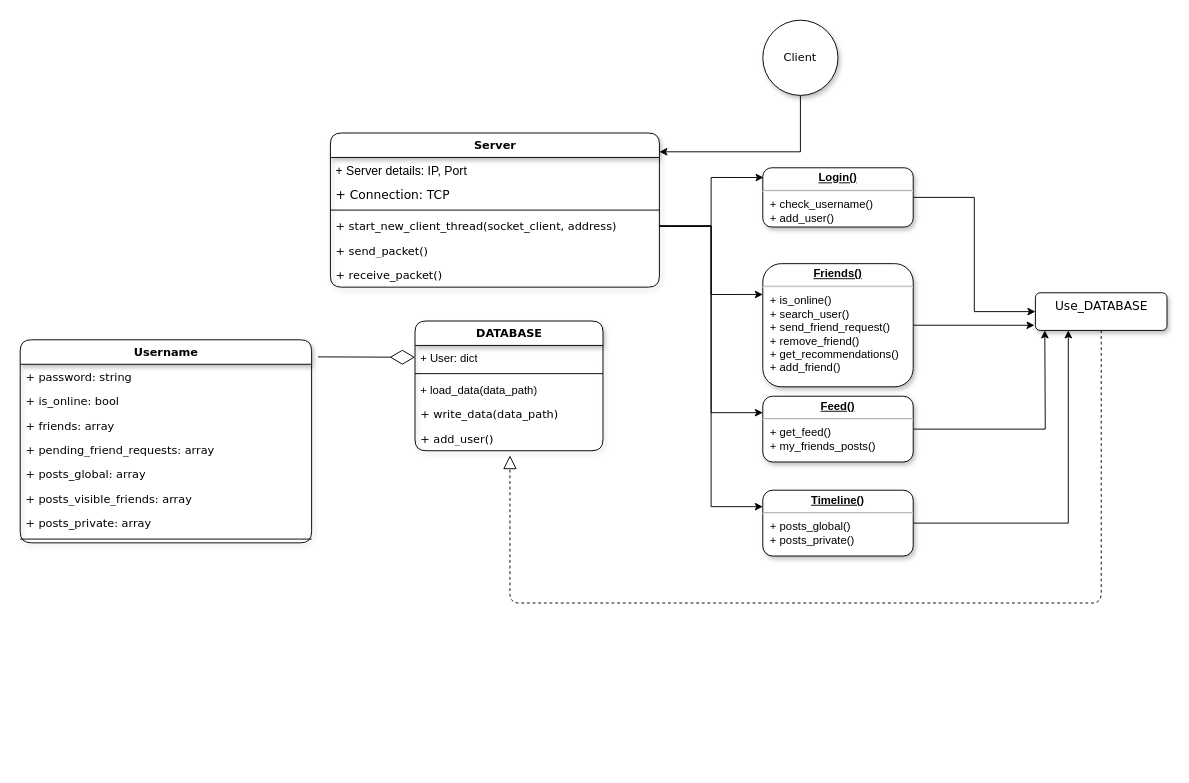
The draw.io diagram page "Class Diagram" (2 of 2) of Dezin.drawio in Harshp1802/mini-facebook, before the edit. Source tidied: cells renumbered, new cells numbered last; positions are measured from the earlier drawing's top-left corner, leaving out a move shared by most shapes. Both pictures are drawn from the tidied source at 94%, with x=0, y=0 at pixel (20, 20).
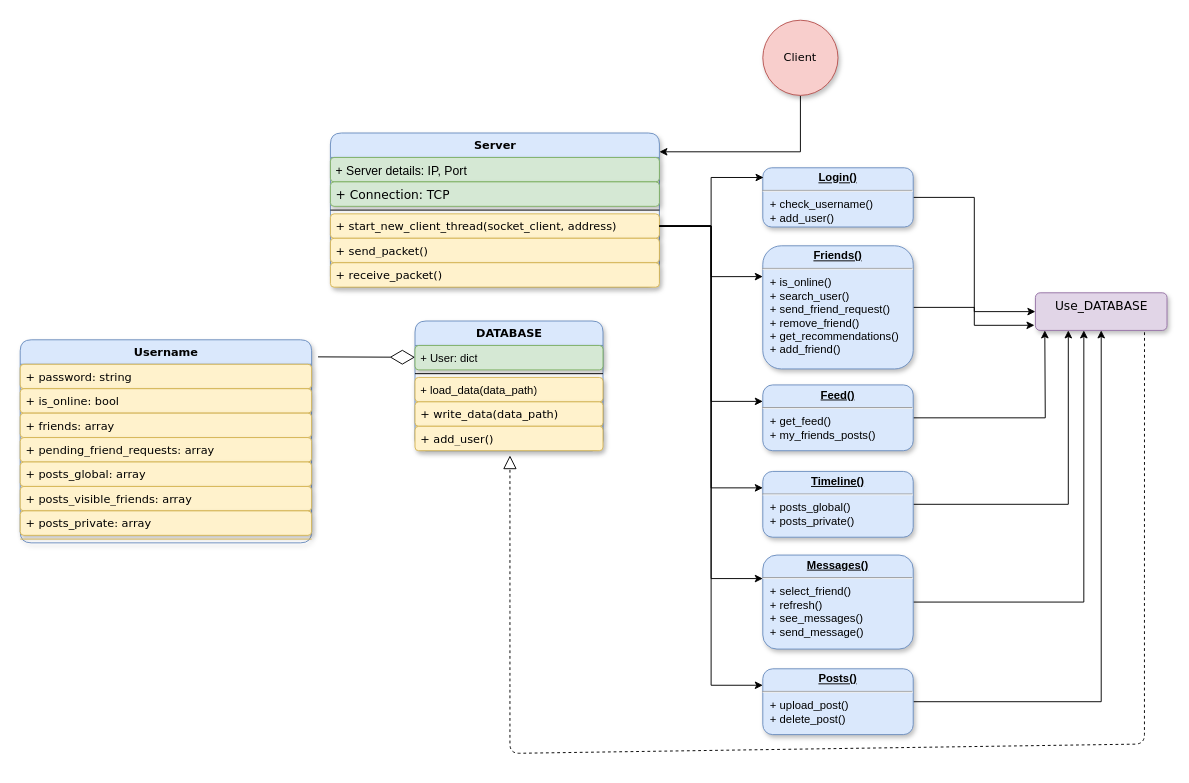
The same page after the edit.

The edit, as a diff of the source:
```diff
@@
-    <mxCell id="3" value="Client" style="ellipse;whiteSpace=wrap;html=1;rounded=1;shadow=1;strokeWidth=1;fontFamily=Verdana;" parent="1" vertex="1">
+    <mxCell id="3" value="Client" style="ellipse;whiteSpace=wrap;html=1;rounded=1;shadow=1;strokeWidth=1;fontFamily=Verdana;fillColor=#f8cecc;strokeColor=#b85450;" parent="1" vertex="1">
       <mxGeometry x="790" width="80" height="80" as="geometry" />
     </mxCell>
-    <mxCell id="4" value="Username" style="swimlane;fontStyle=1;align=center;verticalAlign=top;horizontal=1;startSize=26;rounded=1;shadow=1;strokeWidth=1;fontFamily=Verdana;html=1;" parent="1" vertex="1">
+    <mxCell id="4" value="Username" style="swimlane;fontStyle=1;align=center;verticalAlign=top;horizontal=1;startSize=26;rounded=1;shadow=1;strokeWidth=1;fontFamily=Verdana;html=1;fillColor=#dae8fc;strokeColor=#6c8ebf;" parent="1" vertex="1">
       <mxGeometry y="340" width="310" height="216" as="geometry" />
     </mxCell>
-    <mxCell id="5" value="+ password: string" style="text;strokeColor=none;fillColor=none;align=left;verticalAlign=top;spacingLeft=4;spacingRight=4;overflow=hidden;rounded=1;shadow=1;fontFamily=Verdana;html=1;" parent="4" vertex="1">
+    <mxCell id="5" value="+ password: string" style="text;strokeColor=#d6b656;fillColor=#fff2cc;align=left;verticalAlign=top;spacingLeft=4;spacingRight=4;overflow=hidden;rounded=1;shadow=1;fontFamily=Verdana;html=1;" parent="4" vertex="1">
       <mxGeometry y="26" width="310" height="26" as="geometry" />
     </mxCell>
-    <mxCell id="6" value="+ is_online: bool" style="text;strokeColor=none;fillColor=none;align=left;verticalAlign=top;spacingLeft=4;spacingRight=4;overflow=hidden;rounded=1;shadow=1;fontFamily=Verdana;html=1;" parent="4" vertex="1">
+    <mxCell id="6" value="+ is_online: bool" style="text;strokeColor=#d6b656;fillColor=#fff2cc;align=left;verticalAlign=top;spacingLeft=4;spacingRight=4;overflow=hidden;rounded=1;shadow=1;fontFamily=Verdana;html=1;" parent="4" vertex="1">
       <mxGeometry y="52" width="310" height="26" as="geometry" />
     </mxCell>
-    <mxCell id="7" value="+ friends: array" style="text;strokeColor=none;fillColor=none;align=left;verticalAlign=top;spacingLeft=4;spacingRight=4;overflow=hidden;rounded=1;shadow=1;fontFamily=Verdana;html=1;" parent="4" vertex="1">
+    <mxCell id="7" value="+ friends: array" style="text;strokeColor=#d6b656;fillColor=#fff2cc;align=left;verticalAlign=top;spacingLeft=4;spacingRight=4;overflow=hidden;rounded=1;shadow=1;fontFamily=Verdana;html=1;" parent="4" vertex="1">
       <mxGeometry y="78" width="310" height="26" as="geometry" />
     </mxCell>
-    <mxCell id="8" value="+ pending_friend_requests: array" style="text;strokeColor=none;fillColor=none;align=left;verticalAlign=top;spacingLeft=4;spacingRight=4;overflow=hidden;rounded=1;shadow=1;fontFamily=Verdana;html=1;" parent="4" vertex="1">
+    <mxCell id="8" value="+ pending_friend_requests: array" style="text;strokeColor=#d6b656;fillColor=#fff2cc;align=left;verticalAlign=top;spacingLeft=4;spacingRight=4;overflow=hidden;rounded=1;shadow=1;fontFamily=Verdana;html=1;" parent="4" vertex="1">
       <mxGeometry y="104" width="310" height="26" as="geometry" />
     </mxCell>
-    <mxCell id="9" value="+ posts_global: array" style="text;strokeColor=none;fillColor=none;align=left;verticalAlign=top;spacingLeft=4;spacingRight=4;overflow=hidden;rounded=1;shadow=1;fontFamily=Verdana;html=1;" parent="4" vertex="1">
+    <mxCell id="9" value="+ posts_global: array" style="text;strokeColor=#d6b656;fillColor=#fff2cc;align=left;verticalAlign=top;spacingLeft=4;spacingRight=4;overflow=hidden;rounded=1;shadow=1;fontFamily=Verdana;html=1;" parent="4" vertex="1">
       <mxGeometry y="130" width="310" height="26" as="geometry" />
     </mxCell>
-    <mxCell id="10" value="+ posts_visible_friends: array" style="text;strokeColor=none;fillColor=none;align=left;verticalAlign=top;spacingLeft=4;spacingRight=4;overflow=hidden;rounded=1;shadow=1;fontFamily=Verdana;html=1;" parent="4" vertex="1">
+    <mxCell id="10" value="+ posts_visible_friends: array" style="text;strokeColor=#d6b656;fillColor=#fff2cc;align=left;verticalAlign=top;spacingLeft=4;spacingRight=4;overflow=hidden;rounded=1;shadow=1;fontFamily=Verdana;html=1;" parent="4" vertex="1">
       <mxGeometry y="156" width="310" height="26" as="geometry" />
     </mxCell>
-    <mxCell id="11" value="+ posts_private: array" style="text;strokeColor=none;fillColor=none;align=left;verticalAlign=top;spacingLeft=4;spacingRight=4;overflow=hidden;rounded=1;shadow=1;fontFamily=Verdana;html=1;" parent="4" vertex="1">
+    <mxCell id="11" value="+ posts_private: array" style="text;strokeColor=#d6b656;fillColor=#fff2cc;align=left;verticalAlign=top;spacingLeft=4;spacingRight=4;overflow=hidden;rounded=1;shadow=1;fontFamily=Verdana;html=1;" parent="4" vertex="1">
       <mxGeometry y="182" width="310" height="26" as="geometry" />
     </mxCell>
-    <mxCell id="12" style="line;strokeWidth=1;fillColor=none;align=left;verticalAlign=middle;spacingTop=-1;spacingLeft=3;spacingRight=3;labelPosition=right;" parent="4" vertex="1">
+    <mxCell id="12" style="line;strokeWidth=1;fillColor=#fff2cc;align=left;verticalAlign=middle;spacingTop=-1;spacingLeft=3;spacingRight=3;labelPosition=right;strokeColor=#d6b656;" parent="4" vertex="1">
       <mxGeometry y="208" width="310" height="8" as="geometry" />
     </mxCell>
-    <mxCell id="13" value="DATABASE" style="swimlane;fontStyle=1;align=center;verticalAlign=top;horizontal=1;startSize=26;rounded=1;shadow=1;strokeWidth=1;fontFamily=Verdana;html=1;" parent="1" vertex="1">
+    <mxCell id="13" value="DATABASE" style="swimlane;fontStyle=1;align=center;verticalAlign=top;horizontal=1;startSize=26;rounded=1;shadow=1;strokeWidth=1;fontFamily=Verdana;html=1;fillColor=#dae8fc;strokeColor=#6c8ebf;" parent="1" vertex="1">
       <mxGeometry x="420" y="320" width="200" height="138" as="geometry" />
     </mxCell>
-    <mxCell id="14" value="&lt;span style=&quot;font-family: &amp;#34;helvetica&amp;#34;&quot;&gt;+ User: dict&lt;/span&gt;" style="text;strokeColor=none;fillColor=none;align=left;verticalAlign=top;spacingLeft=4;spacingRight=4;overflow=hidden;points=[[0,0.5],[1,0.5]];portConstraint=eastwest;rounded=1;shadow=1;fontFamily=Verdana;html=1;" parent="13" vertex="1">
+    <mxCell id="14" value="&lt;span style=&quot;font-family: &amp;#34;helvetica&amp;#34;&quot;&gt;+ User: dict&lt;/span&gt;" style="text;strokeColor=#82b366;fillColor=#d5e8d4;align=left;verticalAlign=top;spacingLeft=4;spacingRight=4;overflow=hidden;points=[[0,0.5],[1,0.5]];portConstraint=eastwest;rounded=1;shadow=1;fontFamily=Verdana;html=1;" parent="13" vertex="1">
       <mxGeometry y="26" width="200" height="26" as="geometry" />
     </mxCell>
@@
-    <mxCell id="16" value="&lt;span style=&quot;font-family: &amp;#34;helvetica&amp;#34;&quot;&gt;+ load_data(data_path)&lt;/span&gt;" style="text;strokeColor=none;fillColor=none;align=left;verticalAlign=top;spacingLeft=4;spacingRight=4;overflow=hidden;rounded=1;shadow=1;fontFamily=Verdana;html=1;" parent="13" vertex="1">
+    <mxCell id="16" value="&lt;span style=&quot;font-family: &amp;#34;helvetica&amp;#34;&quot;&gt;+ load_data(data_path)&lt;/span&gt;" style="text;strokeColor=#d6b656;fillColor=#fff2cc;align=left;verticalAlign=top;spacingLeft=4;spacingRight=4;overflow=hidden;rounded=1;shadow=1;fontFamily=Verdana;html=1;" parent="13" vertex="1">
       <mxGeometry y="60" width="200" height="26" as="geometry" />
     </mxCell>
-    <mxCell id="17" value="+ write_data(data_path)" style="text;strokeColor=none;fillColor=none;align=left;verticalAlign=top;spacingLeft=4;spacingRight=4;overflow=hidden;rounded=1;shadow=1;fontFamily=Verdana;html=1;" parent="13" vertex="1">
+    <mxCell id="17" value="+ write_data(data_path)" style="text;strokeColor=#d6b656;fillColor=#fff2cc;align=left;verticalAlign=top;spacingLeft=4;spacingRight=4;overflow=hidden;rounded=1;shadow=1;fontFamily=Verdana;html=1;" parent="13" vertex="1">
       <mxGeometry y="86" width="200" height="26" as="geometry" />
     </mxCell>
-    <mxCell id="18" value="+ add_user()" style="text;strokeColor=none;fillColor=none;align=left;verticalAlign=top;spacingLeft=4;spacingRight=4;overflow=hidden;rounded=1;shadow=1;fontFamily=Verdana;html=1;" parent="13" vertex="1">
+    <mxCell id="18" value="+ add_user()" style="text;strokeColor=#d6b656;fillColor=#fff2cc;align=left;verticalAlign=top;spacingLeft=4;spacingRight=4;overflow=hidden;rounded=1;shadow=1;fontFamily=Verdana;html=1;" parent="13" vertex="1">
       <mxGeometry y="112" width="200" height="26" as="geometry" />
     </mxCell>
@@
-    <mxCell id="20" value="Server" style="swimlane;fontStyle=1;align=center;verticalAlign=top;horizontal=1;startSize=26;rounded=1;shadow=1;strokeWidth=1;fontFamily=Verdana;html=1;arcSize=15;" parent="1" vertex="1">
+    <mxCell id="20" value="Server" style="swimlane;fontStyle=1;align=center;verticalAlign=top;horizontal=1;startSize=26;rounded=1;shadow=1;strokeWidth=1;fontFamily=Verdana;html=1;arcSize=15;fillColor=#dae8fc;strokeColor=#6c8ebf;" parent="1" vertex="1">
       <mxGeometry x="330" y="120" width="350" height="164" as="geometry" />
     </mxCell>
-    <mxCell id="21" value="&lt;span style=&quot;font-family: &amp;#34;helvetica&amp;#34; ; font-size: 13px&quot;&gt;+ Server details: IP, Port&lt;/span&gt;" style="text;strokeColor=none;fillColor=none;align=left;verticalAlign=top;spacingLeft=4;spacingRight=4;overflow=hidden;rounded=1;shadow=1;fontFamily=Verdana;fontSize=13;html=1;" parent="20" vertex="1">
+    <mxCell id="21" value="&lt;span style=&quot;font-family: &amp;#34;helvetica&amp;#34; ; font-size: 13px&quot;&gt;+ Server details: IP, Port&lt;/span&gt;" style="text;strokeColor=#82b366;fillColor=#d5e8d4;align=left;verticalAlign=top;spacingLeft=4;spacingRight=4;overflow=hidden;rounded=1;shadow=1;fontFamily=Verdana;fontSize=13;html=1;" parent="20" vertex="1">
       <mxGeometry y="26" width="350" height="26" as="geometry" />
     </mxCell>
-    <mxCell id="22" value="+ Connection: TCP" style="text;strokeColor=none;fillColor=none;align=left;verticalAlign=top;spacingLeft=4;spacingRight=4;overflow=hidden;rounded=1;shadow=1;fontFamily=Verdana;fontSize=13;html=1;" parent="20" vertex="1">
+    <mxCell id="22" value="+ Connection: TCP" style="text;strokeColor=#82b366;fillColor=#d5e8d4;align=left;verticalAlign=top;spacingLeft=4;spacingRight=4;overflow=hidden;rounded=1;shadow=1;fontFamily=Verdana;fontSize=13;html=1;" parent="20" vertex="1">
       <mxGeometry y="52" width="350" height="26" as="geometry" />
     </mxCell>
@@
-    <mxCell id="24" value="+ start_new_client_thread(socket_client, address)" style="text;strokeColor=none;fillColor=none;align=left;verticalAlign=top;spacingLeft=4;spacingRight=4;overflow=hidden;points=[[0,0.5],[1,0.5]];portConstraint=eastwest;rounded=1;shadow=1;fontFamily=Verdana;html=1;" parent="20" vertex="1">
+    <mxCell id="24" value="+ start_new_client_thread(socket_client, address)" style="text;strokeColor=#d6b656;fillColor=#fff2cc;align=left;verticalAlign=top;spacingLeft=4;spacingRight=4;overflow=hidden;points=[[0,0.5],[1,0.5]];portConstraint=eastwest;rounded=1;shadow=1;fontFamily=Verdana;html=1;" parent="20" vertex="1">
       <mxGeometry y="86" width="350" height="26" as="geometry" />
     </mxCell>
-    <mxCell id="25" value="+ send_packet()" style="text;strokeColor=none;fillColor=none;align=left;verticalAlign=top;spacingLeft=4;spacingRight=4;overflow=hidden;rounded=1;shadow=1;fontFamily=Verdana;html=1;" parent="20" vertex="1">
+    <mxCell id="25" value="+ send_packet()" style="text;strokeColor=#d6b656;fillColor=#fff2cc;align=left;verticalAlign=top;spacingLeft=4;spacingRight=4;overflow=hidden;rounded=1;shadow=1;fontFamily=Verdana;html=1;" parent="20" vertex="1">
       <mxGeometry y="112" width="350" height="26" as="geometry" />
     </mxCell>
-    <mxCell id="26" value="+ receive_packet()" style="text;strokeColor=none;fillColor=none;align=left;verticalAlign=top;spacingLeft=4;spacingRight=4;overflow=hidden;rounded=1;shadow=1;fontFamily=Verdana;html=1;" parent="20" vertex="1">
+    <mxCell id="26" value="+ receive_packet()" style="text;strokeColor=#d6b656;fillColor=#fff2cc;align=left;verticalAlign=top;spacingLeft=4;spacingRight=4;overflow=hidden;rounded=1;shadow=1;fontFamily=Verdana;html=1;" parent="20" vertex="1">
       <mxGeometry y="138" width="350" height="26" as="geometry" />
     </mxCell>
@@
-    <mxCell id="28" value="&lt;p style=&quot;margin: 0px ; margin-top: 4px ; text-align: center ; text-decoration: underline&quot;&gt;&lt;b&gt;Login()&lt;/b&gt;&lt;/p&gt;&lt;hr&gt;&lt;p style=&quot;margin: 0px ; margin-left: 8px&quot;&gt;+ check_username()&lt;/p&gt;&lt;p style=&quot;margin: 0px 0px 0px 8px&quot;&gt;+ add_user()&lt;/p&gt;" style="verticalAlign=top;align=left;overflow=fill;fontSize=12;fontFamily=Helvetica;html=1;rounded=1;shadow=1;strokeWidth=1;" parent="1" vertex="1">
+    <mxCell id="28" value="&lt;p style=&quot;margin: 0px ; margin-top: 4px ; text-align: center ; text-decoration: underline&quot;&gt;&lt;b&gt;Login()&lt;/b&gt;&lt;/p&gt;&lt;hr&gt;&lt;p style=&quot;margin: 0px ; margin-left: 8px&quot;&gt;+ check_username()&lt;/p&gt;&lt;p style=&quot;margin: 0px 0px 0px 8px&quot;&gt;+ add_user()&lt;/p&gt;" style="verticalAlign=top;align=left;overflow=fill;fontSize=12;fontFamily=Helvetica;html=1;rounded=1;shadow=1;strokeWidth=1;fillColor=#dae8fc;strokeColor=#6c8ebf;" parent="1" vertex="1">
       <mxGeometry x="790" y="157" width="160" height="63" as="geometry" />
     </mxCell>
@@
-    <mxCell id="31" value="&lt;p style=&quot;margin: 0px ; margin-top: 4px ; text-align: center ; text-decoration: underline&quot;&gt;&lt;b&gt;Friends()&lt;/b&gt;&lt;/p&gt;&lt;hr&gt;&lt;p style=&quot;margin: 0px ; margin-left: 8px&quot;&gt;+ is_online()&lt;/p&gt;&lt;p style=&quot;margin: 0px ; margin-left: 8px&quot;&gt;+ search_user()&lt;/p&gt;&lt;p style=&quot;margin: 0px ; margin-left: 8px&quot;&gt;&lt;span&gt;+ send_friend_request()&lt;/span&gt;&lt;/p&gt;&lt;p style=&quot;margin: 0px ; margin-left: 8px&quot;&gt;&lt;span&gt;+ remove_friend()&lt;/span&gt;&lt;/p&gt;&lt;p style=&quot;margin: 0px ; margin-left: 8px&quot;&gt;&lt;span&gt;+ get_recommendations()&amp;nbsp;&lt;/span&gt;&lt;/p&gt;&lt;p style=&quot;margin: 0px ; margin-left: 8px&quot;&gt;&lt;span&gt;+ add_friend()&lt;/span&gt;&lt;/p&gt;" style="verticalAlign=top;align=left;overflow=fill;fontSize=12;fontFamily=Helvetica;html=1;rounded=1;shadow=1;strokeWidth=1;" parent="1" vertex="1">
-      <mxGeometry x="790" y="259" width="160" height="131" as="geometry" />
+    <mxCell id="31" value="&lt;p style=&quot;margin: 0px ; margin-top: 4px ; text-align: center ; text-decoration: underline&quot;&gt;&lt;b&gt;Friends()&lt;/b&gt;&lt;/p&gt;&lt;hr&gt;&lt;p style=&quot;margin: 0px ; margin-left: 8px&quot;&gt;+ is_online()&lt;/p&gt;&lt;p style=&quot;margin: 0px ; margin-left: 8px&quot;&gt;+ search_user()&lt;/p&gt;&lt;p style=&quot;margin: 0px ; margin-left: 8px&quot;&gt;&lt;span&gt;+ send_friend_request()&lt;/span&gt;&lt;/p&gt;&lt;p style=&quot;margin: 0px ; margin-left: 8px&quot;&gt;&lt;span&gt;+ remove_friend()&lt;/span&gt;&lt;/p&gt;&lt;p style=&quot;margin: 0px ; margin-left: 8px&quot;&gt;&lt;span&gt;+ get_recommendations()&amp;nbsp;&lt;/span&gt;&lt;/p&gt;&lt;p style=&quot;margin: 0px ; margin-left: 8px&quot;&gt;&lt;span&gt;+ add_friend()&lt;/span&gt;&lt;/p&gt;" style="verticalAlign=top;align=left;overflow=fill;fontSize=12;fontFamily=Helvetica;html=1;rounded=1;shadow=1;strokeWidth=1;fillColor=#dae8fc;strokeColor=#6c8ebf;" parent="1" vertex="1">
+      <mxGeometry x="790" y="240" width="160" height="131" as="geometry" />
     </mxCell>
@@
-    <mxCell id="34" value="&lt;p style=&quot;margin: 0px ; margin-top: 4px ; text-align: center ; text-decoration: underline&quot;&gt;&lt;b&gt;Feed()&lt;/b&gt;&lt;/p&gt;&lt;hr&gt;&lt;p style=&quot;margin: 0px ; margin-left: 8px&quot;&gt;+ get_feed()&lt;/p&gt;&lt;p style=&quot;margin: 0px ; margin-left: 8px&quot;&gt;+ my_friends_posts()&lt;/p&gt;" style="verticalAlign=top;align=left;overflow=fill;fontSize=12;fontFamily=Helvetica;html=1;rounded=1;shadow=1;strokeWidth=1;" parent="1" vertex="1">
-      <mxGeometry x="790" y="400" width="160" height="70" as="geometry" />
+    <mxCell id="34" value="&lt;p style=&quot;margin: 0px ; margin-top: 4px ; text-align: center ; text-decoration: underline&quot;&gt;&lt;b&gt;Feed()&lt;/b&gt;&lt;/p&gt;&lt;hr&gt;&lt;p style=&quot;margin: 0px ; margin-left: 8px&quot;&gt;+ get_feed()&lt;/p&gt;&lt;p style=&quot;margin: 0px ; margin-left: 8px&quot;&gt;+ my_friends_posts()&lt;/p&gt;" style="verticalAlign=top;align=left;overflow=fill;fontSize=12;fontFamily=Helvetica;html=1;rounded=1;shadow=1;strokeWidth=1;fillColor=#dae8fc;strokeColor=#6c8ebf;" parent="1" vertex="1">
+      <mxGeometry x="790" y="388" width="160" height="70" as="geometry" />
     </mxCell>
@@
-    <mxCell id="36" value="&lt;p style=&quot;margin: 0px ; margin-top: 4px ; text-align: center ; text-decoration: underline&quot;&gt;&lt;b&gt;Timeline()&lt;/b&gt;&lt;/p&gt;&lt;hr&gt;&lt;p style=&quot;margin: 0px ; margin-left: 8px&quot;&gt;+ posts_global()&lt;/p&gt;&lt;p style=&quot;margin: 0px ; margin-left: 8px&quot;&gt;+ posts_private()&lt;/p&gt;" style="verticalAlign=top;align=left;overflow=fill;fontSize=12;fontFamily=Helvetica;html=1;rounded=1;shadow=1;strokeWidth=1;" parent="1" vertex="1">
-      <mxGeometry x="790" y="500" width="160" height="70" as="geometry" />
+    <mxCell id="36" value="&lt;p style=&quot;margin: 0px ; margin-top: 4px ; text-align: center ; text-decoration: underline&quot;&gt;&lt;b&gt;Timeline()&lt;/b&gt;&lt;/p&gt;&lt;hr&gt;&lt;p style=&quot;margin: 0px ; margin-left: 8px&quot;&gt;+ posts_global()&lt;/p&gt;&lt;p style=&quot;margin: 0px ; margin-left: 8px&quot;&gt;+ posts_private()&lt;/p&gt;" style="verticalAlign=top;align=left;overflow=fill;fontSize=12;fontFamily=Helvetica;html=1;rounded=1;shadow=1;strokeWidth=1;fillColor=#dae8fc;strokeColor=#6c8ebf;" parent="1" vertex="1">
+      <mxGeometry x="790" y="480" width="160" height="70" as="geometry" />
     </mxCell>
@@
-    <mxCell id="39" style="endArrow=block;dashed=1;endFill=0;endSize=12;html=1;fontFamily=Verdana;fontSize=13;exitX=0.5;exitY=1;exitDx=0;exitDy=0;" parent="1" edge="1" source="40">
+    <mxCell id="39" style="endArrow=block;dashed=1;endFill=0;endSize=12;html=1;fontFamily=Verdana;fontSize=13;exitX=0.829;exitY=0.75;exitDx=0;exitDy=0;exitPerimeter=0;" parent="1" edge="1" source="40">
       <mxGeometry relative="1" as="geometry">
         <mxPoint x="521" y="463" as="targetPoint" />
         <Array as="points">
-          <mxPoint x="1150" y="620" />
+          <mxPoint x="1196" y="610" />
+          <mxPoint x="1196" y="770" />
+          <mxPoint x="521" y="780" />
           <mxPoint x="521" y="620" />
         </Array>
       </mxGeometry>
     </mxCell>
-    <mxCell id="40" value="Use_DATABASE" style="html=1;align=center;verticalAlign=top;rounded=1;absoluteArcSize=1;arcSize=10;dashed=0;shadow=1;strokeWidth=1;fontFamily=Verdana;fontSize=13;" parent="1" vertex="1">
+    <mxCell id="40" value="Use_DATABASE" style="html=1;align=center;verticalAlign=top;rounded=1;absoluteArcSize=1;arcSize=10;dashed=0;shadow=1;strokeWidth=1;fontFamily=Verdana;fontSize=13;fillColor=#e1d5e7;strokeColor=#9673a6;" parent="1" vertex="1">
       <mxGeometry x="1080" y="290" width="140" height="40" as="geometry" />
     </mxCell>
+    <mxCell id="41" style="edgeStyle=orthogonalEdgeStyle;rounded=0;jettySize=auto;html=1;exitX=1;exitY=0.5;exitDx=0;exitDy=0;entryX=0.368;entryY=1;entryDx=0;entryDy=0;entryPerimeter=0;" parent="1" edge="1" source="42" target="40">
+      <mxGeometry relative="1" as="geometry" />
+    </mxCell>
+    <mxCell id="42" value="&lt;p style=&quot;margin: 0px ; margin-top: 4px ; text-align: center ; text-decoration: underline&quot;&gt;&lt;b&gt;Messages()&lt;/b&gt;&lt;/p&gt;&lt;hr&gt;&lt;p style=&quot;margin: 0px ; margin-left: 8px&quot;&gt;+ select_friend()&lt;/p&gt;&lt;p style=&quot;margin: 0px ; margin-left: 8px&quot;&gt;+ refresh()&lt;/p&gt;&lt;p style=&quot;margin: 0px ; margin-left: 8px&quot;&gt;&lt;span&gt;+ see_messages()&lt;/span&gt;&lt;/p&gt;&lt;p style=&quot;margin: 0px ; margin-left: 8px&quot;&gt;&lt;span&gt;+ send_message()&lt;/span&gt;&lt;/p&gt;" style="verticalAlign=top;align=left;overflow=fill;fontSize=12;fontFamily=Helvetica;html=1;rounded=1;shadow=1;strokeWidth=1;fillColor=#dae8fc;strokeColor=#6c8ebf;" parent="1" vertex="1">
+      <mxGeometry x="790" y="569" width="160" height="100" as="geometry" />
+    </mxCell>
+    <mxCell id="43" style="edgeStyle=orthogonalEdgeStyle;rounded=0;jettySize=auto;html=1;exitX=1;exitY=0.5;exitDx=0;exitDy=0;entryX=0;entryY=0.25;entryDx=0;entryDy=0;" parent="1" edge="1" source="24" target="42">
+      <mxGeometry relative="1" as="geometry" />
+    </mxCell>
+    <mxCell id="44" style="edgeStyle=orthogonalEdgeStyle;rounded=0;jettySize=auto;html=1;entryX=0.5;entryY=1;entryDx=0;entryDy=0;" parent="1" edge="1" source="45" target="40">
+      <mxGeometry relative="1" as="geometry" />
+    </mxCell>
+    <mxCell id="45" value="&lt;p style=&quot;margin: 0px ; margin-top: 4px ; text-align: center ; text-decoration: underline&quot;&gt;&lt;b&gt;Posts()&lt;/b&gt;&lt;/p&gt;&lt;hr&gt;&lt;p style=&quot;margin: 0px ; margin-left: 8px&quot;&gt;+ upload_post()&lt;/p&gt;&lt;p style=&quot;margin: 0px ; margin-left: 8px&quot;&gt;+ delete_post()&lt;/p&gt;" style="verticalAlign=top;align=left;overflow=fill;fontSize=12;fontFamily=Helvetica;html=1;rounded=1;shadow=1;strokeWidth=1;fillColor=#dae8fc;strokeColor=#6c8ebf;" parent="1" vertex="1">
+      <mxGeometry x="790" y="690" width="160" height="70" as="geometry" />
+    </mxCell>
+    <mxCell id="46" style="edgeStyle=orthogonalEdgeStyle;rounded=0;jettySize=auto;html=1;exitX=1;exitY=0.5;exitDx=0;exitDy=0;entryX=0;entryY=0.25;entryDx=0;entryDy=0;" parent="1" edge="1" source="24" target="45">
+      <mxGeometry relative="1" as="geometry" />
+    </mxCell>
```
